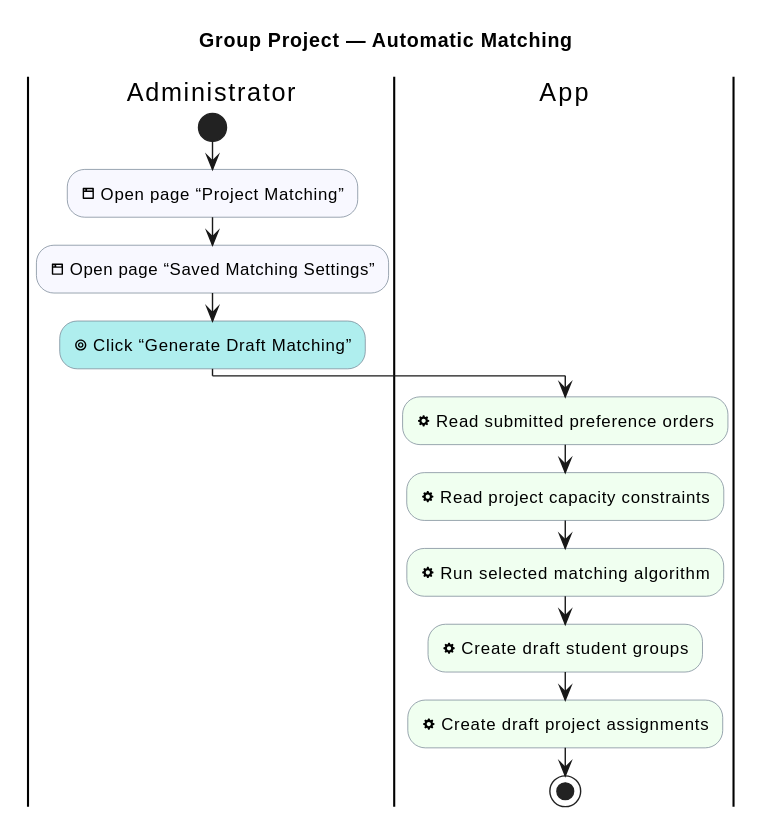
Above: industrial-placement-group-project/diagrams/group-project/automatic-matching.svg in sdflkjssl/sdflkjssl.github.io (PlantUML), before the change.
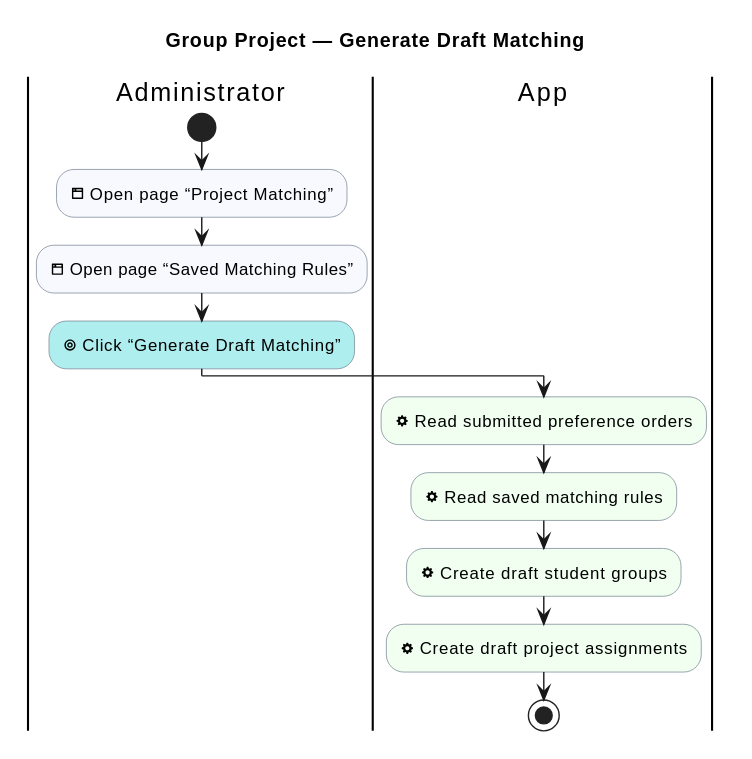
The same diagram one commit later.

Commit message:
Clarify placement opportunities and matching scope

The edit, as a diff of the source:
```diff
@@ -1,6 +1,6 @@
 @startuml
 !pragma layout smetana
-title Group Project — Automatic Matching
+title Group Project — Generate Draft Matching
 skinparam shadowing false
 skinparam activityBackgroundColor GhostWhite
 skinparam activityBorderColor SlateGray
@@ -13,12 +13,11 @@
 |Administrator|
 start
 :<&browser> Open page “Project Matching”; <<#GhostWhite>>
-:<&browser> Open page “Saved Matching Settings”; <<#GhostWhite>>
+:<&browser> Open page “Saved Matching Rules”; <<#GhostWhite>>
 :<&target> Click “Generate Draft Matching”; <<#PaleTurquoise>>
 |App|
 :<&cog> Read submitted preference orders; <<#HoneyDew>>
-:<&cog> Read project capacity constraints; <<#HoneyDew>>
-:<&cog> Run selected matching algorithm; <<#HoneyDew>>
+:<&cog> Read saved matching rules; <<#HoneyDew>>
 :<&cog> Create draft student groups; <<#HoneyDew>>
 :<&cog> Create draft project assignments; <<#HoneyDew>>
 stop
```
